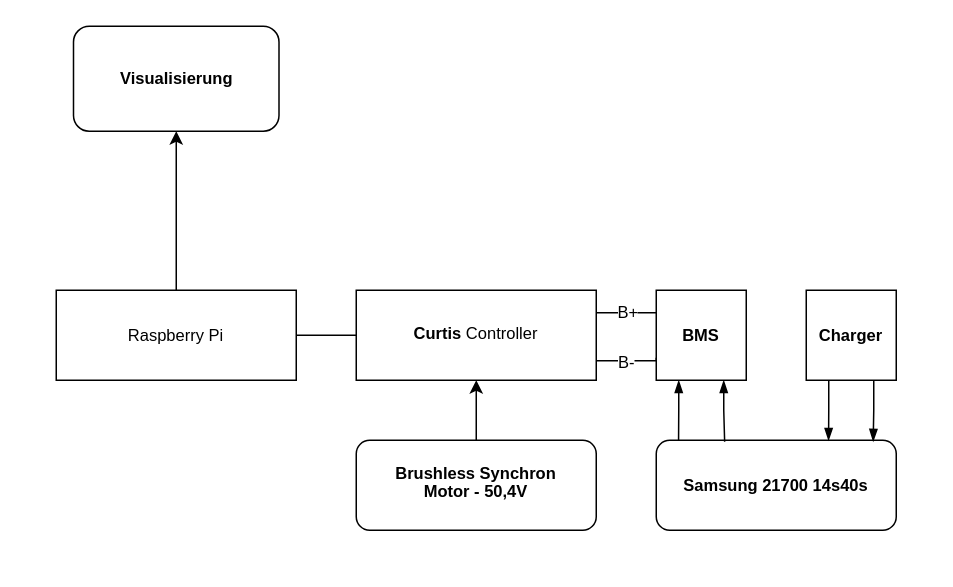
The draw.io diagram page "konzept_simple" (1 of 7) of document/figures_source/hcis/Schaltpläne_Motorrad.drawio in kronbergerindustries/HTBLuVA_Diplomarbeit, before the edit. Source tidied: cells renumbered, new cells numbered last; positions are measured from the earlier drawing's top-left corner, leaving out a move shared by most shapes. Both pictures are drawn from the tidied source at 150%, with x=0, y=0 at pixel (56, 26).
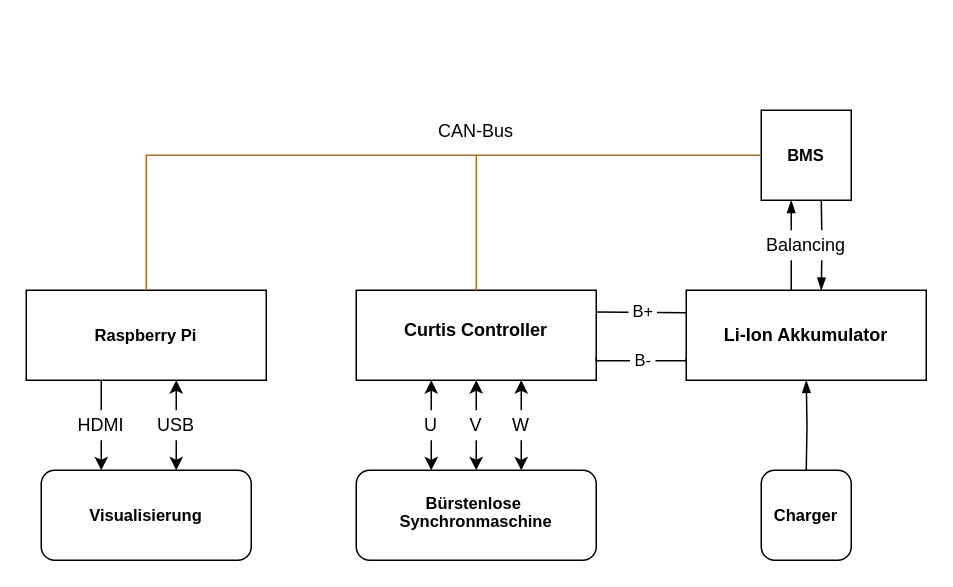
The same page after the edit.

What changed in the source:
```diff
@@
-    <mxCell id="2" style="edgeStyle=orthogonalEdgeStyle;rounded=0;jettySize=auto;html=1;exitX=0.5;exitY=0;exitDx=0;exitDy=0;entryX=0.5;entryY=1;entryDx=0;entryDy=0;" parent="1" edge="1" source="3" target="9">
+    <mxCell id="2" style="edgeStyle=orthogonalEdgeStyle;rounded=0;jettySize=auto;html=1;exitX=0.5;exitY=1;exitDx=0;exitDy=0;entryX=0.5;entryY=0;entryDx=0;entryDy=0;startArrow=classic;startFill=1;" parent="1" edge="1" source="9" target="3">
       <mxGeometry relative="1" as="geometry" />
     </mxCell>
-    <mxCell id="3" value="&lt;h2 style=&quot;outline: none ; line-height: 1.1em ; padding: 0px 0px 5px ; margin: 0px ; font-family: &amp;#34;arial&amp;#34; , &amp;#34;helvetica&amp;#34; , sans-serif ; background-color: rgb(255 , 255 , 255) ; font-size: 11px&quot;&gt;Brushless Synchron &lt;br&gt;Motor - 50,4V&lt;/h2&gt;" style="rounded=1;whiteSpace=wrap;html=1;fontStyle=1;verticalAlign=middle;align=center;" parent="1" vertex="1">
-      <mxGeometry x="200" y="276" width="160" height="60" as="geometry" />
+    <mxCell id="3" value="&lt;h2 style=&quot;outline: none ; line-height: 1.1em ; padding: 0px 0px 5px ; margin: 0px ; font-family: &amp;#34;arial&amp;#34; , &amp;#34;helvetica&amp;#34; , sans-serif ; background-color: rgb(255 , 255 , 255) ; font-size: 11px&quot;&gt;Bürstenlose&amp;nbsp;&lt;br style=&quot;font-size: 11px&quot;&gt;Synchronmaschine&lt;/h2&gt;" style="rounded=1;whiteSpace=wrap;html=1;fontStyle=1;verticalAlign=middle;align=center;fontSize=11;" parent="1" vertex="1">
+      <mxGeometry x="200" y="296" width="160" height="60" as="geometry" />
     </mxCell>
-    <mxCell id="4" value="&lt;span style=&quot;background-color: rgb(255 , 255 , 255) ; font-family: &amp;#34;arial&amp;#34; , &amp;#34;helvetica&amp;#34; , sans-serif ; text-align: left ; font-size: 11px&quot;&gt;&lt;b style=&quot;font-size: 11px&quot;&gt;Samsung 21700 14s40s&lt;/b&gt;&lt;/span&gt;" style="rounded=1;whiteSpace=wrap;html=1;verticalAlign=middle;fontSize=11;" parent="1" vertex="1">
-      <mxGeometry x="400" y="276" width="160" height="60" as="geometry" />
+    <mxCell id="4" value="&lt;span style=&quot;background-color: rgb(255, 255, 255); font-family: arial, helvetica, sans-serif; text-align: left; font-size: 12px;&quot;&gt;&lt;b style=&quot;font-size: 12px;&quot;&gt;Li-Ion Akkumulator&lt;/b&gt;&lt;/span&gt;" style="rounded=0;whiteSpace=wrap;html=1;verticalAlign=middle;fontSize=12;" parent="1" vertex="1">
+      <mxGeometry x="420" y="176" width="160" height="60" as="geometry" />
     </mxCell>
-    <mxCell id="5" style="edgeStyle=orthogonalEdgeStyle;rounded=0;jettySize=auto;html=1;exitX=1;exitY=0.25;exitDx=0;exitDy=0;entryX=0;entryY=0.25;entryDx=0;entryDy=0;startArrow=none;startFill=0;endArrow=none;endFill=0;strokeWidth=1;" parent="1" edge="1" source="9" target="12">
-      <mxGeometry relative="1" as="geometry" />
-    </mxCell>
+    <mxCell id="9" value="&lt;p style=&quot;line-height: 95% ; font-size: 12px&quot;&gt;&lt;font style=&quot;font-size: 12px&quot;&gt;&lt;/font&gt;&lt;/p&gt;&lt;h2 style=&quot;outline: none ; line-height: 1.1em ; padding: 0px 0px 5px ; margin: 0px ; font-family: &amp;#34;arial&amp;#34; , &amp;#34;helvetica&amp;#34; , sans-serif ; background-color: rgb(255 , 255 , 255) ; font-size: 12px&quot;&gt;&lt;span style=&quot;font-size: 12px&quot;&gt;Curtis&amp;nbsp;&lt;/span&gt;&lt;span style=&quot;font-size: 12px&quot;&gt;Controller&lt;/span&gt;&lt;/h2&gt;&lt;p style=&quot;font-size: 12px&quot;&gt;&lt;/p&gt;" style="rounded=0;whiteSpace=wrap;html=1;fontSize=12;align=center;verticalAlign=middle;horizontal=1;labelPosition=center;verticalLabelPosition=middle;" parent="1" vertex="1">
+      <mxGeometry x="200" y="176" width="160" height="60" as="geometry" />
+    </mxCell>
+    <mxCell id="16" value="&lt;b&gt;Raspberry Pi&lt;/b&gt;" style="rounded=0;whiteSpace=wrap;html=1;fontSize=11;" parent="1" vertex="1">
+      <mxGeometry x="-20" y="176" width="160" height="60" as="geometry" />
+    </mxCell>
+    <mxCell id="20" style="edgeStyle=orthogonalEdgeStyle;rounded=0;jettySize=auto;html=1;exitX=1;exitY=0.25;exitDx=0;exitDy=0;entryX=0;entryY=0.25;entryDx=0;entryDy=0;startArrow=none;startFill=0;endArrow=none;endFill=0;strokeWidth=1;entryPerimeter=0;" parent="1" edge="1" target="4">
+      <mxGeometry relative="1" as="geometry">
+        <mxPoint x="360" y="190.5" as="sourcePoint" />
+      </mxGeometry>
+    </mxCell>
+    <mxCell id="21" style="edgeStyle=orthogonalEdgeStyle;rounded=0;orthogonalLoop=1;jettySize=auto;html=1;exitX=1;exitY=0.75;exitDx=0;exitDy=0;startArrow=none;startFill=0;endArrow=none;endFill=0;strokeWidth=1;" parent="1" edge="1">
+      <mxGeometry relative="1" as="geometry">
+        <mxPoint x="360" y="220.5" as="sourcePoint" />
+        <mxPoint x="420" y="223" as="targetPoint" />
+        <Array as="points">
+          <mxPoint x="360" y="223" />
+          <mxPoint x="420" y="223" />
+          <mxPoint x="420" y="221" />
+        </Array>
+      </mxGeometry>
+    </mxCell>
-    <mxCell id="6" value="B+" style="edgeLabel;html=1;align=center;verticalAlign=middle;" parent="5" vertex="1">
-      <mxGeometry x="0.1" y="2" relative="1" as="geometry">
-        <mxPoint x="-1.9" y="1" as="offset" />
-      </mxGeometry>
+    <mxCell id="6" value="&amp;nbsp;B+&amp;nbsp;" style="edgeLabel;html=1;align=center;verticalAlign=middle;" parent="1" vertex="1">
+      <mxGeometry x="390" y="189.5" as="geometry" />
     </mxCell>
-    <mxCell id="7" style="edgeStyle=orthogonalEdgeStyle;rounded=0;jettySize=auto;html=1;exitX=1;exitY=0.75;exitDx=0;exitDy=0;entryX=0;entryY=0.75;entryDx=0;entryDy=0;startArrow=none;startFill=0;endArrow=none;endFill=0;strokeWidth=1;" parent="1" edge="1" source="9" target="12">
-      <mxGeometry relative="1" as="geometry">
-        <Array as="points">
-          <mxPoint x="390" y="223" />
-          <mxPoint x="390" y="223" />
-        </Array>
-      </mxGeometry>
-    </mxCell>
-    <mxCell id="8" value="B-" style="edgeLabel;html=1;align=center;verticalAlign=middle;" parent="7" vertex="1">
-      <mxGeometry x="-0.16" relative="1" as="geometry">
-        <mxPoint x="3.5" as="offset" />
-      </mxGeometry>
+    <mxCell id="8" value="&amp;nbsp;B-&amp;nbsp;" style="edgeLabel;html=1;align=center;verticalAlign=middle;" parent="1" vertex="1">
+      <mxGeometry x="390" y="222.5" as="geometry" />
     </mxCell>
-    <mxCell id="9" value="&lt;p style=&quot;line-height: 95%&quot;&gt;&lt;font style=&quot;font-size: 11px&quot;&gt;&lt;/font&gt;&lt;/p&gt;&lt;h2 style=&quot;outline: none ; line-height: 1.1em ; padding: 0px 0px 5px ; margin: 0px ; font-family: &amp;#34;arial&amp;#34; , &amp;#34;helvetica&amp;#34; , sans-serif ; background-color: rgb(255 , 255 , 255)&quot;&gt;&lt;span style=&quot;font-size: 11px&quot;&gt;Curtis&amp;nbsp;&lt;/span&gt;&lt;span style=&quot;font-size: 11px ; font-weight: normal&quot;&gt;Controller&lt;/span&gt;&lt;/h2&gt;&lt;p&gt;&lt;/p&gt;" style="rounded=0;whiteSpace=wrap;html=1;fontSize=11;align=center;" parent="1" vertex="1">
-      <mxGeometry x="200" y="176" width="160" height="60" as="geometry" />
-    </mxCell>
-    <mxCell id="10" style="edgeStyle=orthogonalEdgeStyle;rounded=0;jettySize=auto;html=1;exitX=0.25;exitY=1;exitDx=0;exitDy=0;entryX=0.093;entryY=0.002;entryDx=0;entryDy=0;entryPerimeter=0;startArrow=blockThin;startFill=1;endArrow=none;endFill=0;strokeWidth=1;" parent="1" edge="1" source="12" target="4">
-      <mxGeometry relative="1" as="geometry" />
-    </mxCell>
-    <mxCell id="11" style="edgeStyle=orthogonalEdgeStyle;rounded=0;jettySize=auto;html=1;exitX=0.75;exitY=1;exitDx=0;exitDy=0;entryX=0.285;entryY=0.017;entryDx=0;entryDy=0;entryPerimeter=0;startArrow=blockThin;startFill=1;endArrow=none;endFill=0;strokeWidth=1;" parent="1" edge="1" source="12" target="4">
-      <mxGeometry relative="1" as="geometry" />
-    </mxCell>
     <mxCell id="12" value="&lt;b&gt;BMS&lt;/b&gt;" style="rounded=0;whiteSpace=wrap;html=1;fontSize=11;" parent="1" vertex="1">
-      <mxGeometry x="400" y="176" width="60" height="60" as="geometry" />
+      <mxGeometry x="470" y="56" width="60" height="60" as="geometry" />
     </mxCell>
+    <mxCell id="22" style="edgeStyle=orthogonalEdgeStyle;rounded=0;jettySize=auto;html=1;entryX=0.285;entryY=0.017;entryDx=0;entryDy=0;entryPerimeter=0;startArrow=blockThin;startFill=1;endArrow=none;endFill=0;strokeWidth=1;exitX=0.333;exitY=1;exitDx=0;exitDy=0;exitPerimeter=0;" parent="1" edge="1" source="12">
+      <mxGeometry relative="1" as="geometry">
+        <mxPoint x="490" y="176" as="targetPoint" />
+      </mxGeometry>
+    </mxCell>
+    <mxCell id="23" style="edgeStyle=orthogonalEdgeStyle;rounded=0;jettySize=auto;html=1;entryX=0.667;entryY=1;entryDx=0;entryDy=0;entryPerimeter=0;startArrow=blockThin;startFill=1;endArrow=none;endFill=0;strokeWidth=1;" parent="1" edge="1" target="12">
+      <mxGeometry relative="1" as="geometry">
+        <mxPoint x="510" y="176" as="sourcePoint" />
+      </mxGeometry>
+    </mxCell>
+    <mxCell id="19" value="&lt;b&gt;Charger&lt;/b&gt;" style="rounded=1;whiteSpace=wrap;html=1;fontSize=11;" parent="1" vertex="1">
+      <mxGeometry x="470" y="296" width="60" height="60" as="geometry" />
+    </mxCell>
+    <mxCell id="24" style="edgeStyle=orthogonalEdgeStyle;rounded=0;jettySize=auto;html=1;exitX=0.5;exitY=1;exitDx=0;exitDy=0;entryX=0.5;entryY=1;entryDx=0;entryDy=0;startArrow=none;startFill=0;endArrow=blockThin;endFill=1;strokeWidth=1;" parent="1" edge="1" target="4">
+      <mxGeometry relative="1" as="geometry">
+        <mxPoint x="500" y="296" as="sourcePoint" />
+      </mxGeometry>
+    </mxCell>
+    <mxCell id="25" style="endArrow=none;html=1;fontSize=12;fillColor=#f0a30a;strokeColor=#BD7000;edgeStyle=elbowEdgeStyle;rounded=0;entryX=0;entryY=0.5;entryDx=0;entryDy=0;" parent="1" edge="1" target="12">
+      <mxGeometry relative="1" as="geometry">
+        <mxPoint x="60" y="176" as="sourcePoint" />
+        <Array as="points">
+          <mxPoint x="60" y="146" />
+          <mxPoint x="70" y="136" />
+        </Array>
+      </mxGeometry>
+    </mxCell>
+    <mxCell id="26" style="endArrow=none;html=1;fontSize=12;fillColor=#f0a30a;strokeColor=#BD7000;edgeStyle=elbowEdgeStyle;rounded=0;" parent="1" edge="1">
+      <mxGeometry relative="1" as="geometry">
+        <mxPoint x="280" y="176" as="sourcePoint" />
+        <mxPoint x="280" y="86" as="targetPoint" />
+        <Array as="points">
+          <mxPoint x="280" y="146" />
+          <mxPoint x="290" y="136" />
+        </Array>
+      </mxGeometry>
+    </mxCell>
+    <mxCell id="27" style="edgeStyle=orthogonalEdgeStyle;rounded=0;orthogonalLoop=1;jettySize=auto;html=1;exitX=0.5;exitY=1;exitDx=0;exitDy=0;entryX=0.5;entryY=0;entryDx=0;entryDy=0;startArrow=classic;startFill=1;" parent="1" edge="1">
+      <mxGeometry relative="1" as="geometry">
+        <mxPoint x="250" y="236" as="sourcePoint" />
+        <mxPoint x="250" y="296" as="targetPoint" />
+      </mxGeometry>
+    </mxCell>
+    <mxCell id="28" style="edgeStyle=orthogonalEdgeStyle;rounded=0;orthogonalLoop=1;jettySize=auto;html=1;exitX=0.5;exitY=1;exitDx=0;exitDy=0;entryX=0.5;entryY=0;entryDx=0;entryDy=0;startArrow=classic;startFill=1;" parent="1" edge="1">
+      <mxGeometry relative="1" as="geometry">
+        <mxPoint x="310" y="236" as="sourcePoint" />
+        <mxPoint x="310" y="296" as="targetPoint" />
+      </mxGeometry>
+    </mxCell>
+    <mxCell id="29" value="U" style="text;html=1;strokeColor=none;align=center;verticalAlign=middle;whiteSpace=wrap;rounded=0;fontSize=12;fillColor=#ffffff;" parent="1" vertex="1">
+      <mxGeometry x="240" y="256" width="20" height="20" as="geometry" />
+    </mxCell>
+    <mxCell id="30" value="V" style="text;html=1;strokeColor=none;align=center;verticalAlign=middle;whiteSpace=wrap;rounded=0;fontSize=12;fillColor=#ffffff;" parent="1" vertex="1">
+      <mxGeometry x="270" y="256" width="20" height="20" as="geometry" />
+    </mxCell>
+    <mxCell id="31" value="W" style="text;html=1;strokeColor=none;align=center;verticalAlign=middle;whiteSpace=wrap;rounded=0;fontSize=12;fillColor=#ffffff;" parent="1" vertex="1">
+      <mxGeometry x="300" y="256" width="20" height="20" as="geometry" />
+    </mxCell>
-    <mxCell id="13" value="&lt;b&gt;Visualisierung&lt;/b&gt;" style="rounded=1;whiteSpace=wrap;html=1;fontSize=11;" parent="1" vertex="1">
-      <mxGeometry x="11.5" width="137" height="70" as="geometry" />
+    <mxCell id="13" value="&lt;b&gt;Visualisierung&lt;/b&gt;" style="rounded=1;whiteSpace=wrap;html=1;fontSize=11;direction=west;" parent="1" vertex="1">
+      <mxGeometry x="-10" y="296" width="140" height="60" as="geometry" />
     </mxCell>
-    <mxCell id="14" style="edgeStyle=orthogonalEdgeStyle;rounded=0;jettySize=auto;html=1;exitX=1;exitY=0.5;exitDx=0;exitDy=0;entryX=0;entryY=0.5;entryDx=0;entryDy=0;endArrow=none;endFill=0;" parent="1" edge="1" source="16" target="9">
-      <mxGeometry relative="1" as="geometry" />
-    </mxCell>
-    <mxCell id="15" style="edgeStyle=orthogonalEdgeStyle;rounded=0;jettySize=auto;html=1;exitX=0.5;exitY=0;exitDx=0;exitDy=0;" parent="1" edge="1" source="16" target="13">
-      <mxGeometry relative="1" as="geometry" />
-    </mxCell>
-    <mxCell id="16" value="Raspberry Pi" style="rounded=0;whiteSpace=wrap;html=1;fontSize=11;" parent="1" vertex="1">
-      <mxGeometry y="176" width="160" height="60" as="geometry" />
-    </mxCell>
-    <mxCell id="17" style="edgeStyle=orthogonalEdgeStyle;rounded=0;jettySize=auto;html=1;exitX=0.75;exitY=1;exitDx=0;exitDy=0;entryX=0.904;entryY=0.015;entryDx=0;entryDy=0;entryPerimeter=0;startArrow=none;startFill=0;endArrow=blockThin;endFill=1;strokeWidth=1;" parent="1" edge="1" source="19" target="4">
-      <mxGeometry relative="1" as="geometry" />
-    </mxCell>
-    <mxCell id="18" style="edgeStyle=orthogonalEdgeStyle;rounded=0;jettySize=auto;html=1;exitX=0.25;exitY=1;exitDx=0;exitDy=0;startArrow=none;startFill=0;endArrow=blockThin;endFill=1;strokeWidth=1;entryX=0.718;entryY=0.004;entryDx=0;entryDy=0;entryPerimeter=0;" parent="1" edge="1" source="19" target="4">
-      <mxGeometry relative="1" as="geometry" />
-    </mxCell>
-    <mxCell id="19" value="&lt;b&gt;Charger&lt;/b&gt;" style="rounded=0;whiteSpace=wrap;html=1;fontSize=11;" parent="1" vertex="1">
-      <mxGeometry x="500" y="176" width="60" height="60" as="geometry" />
-    </mxCell>
+    <mxCell id="32" style="edgeStyle=orthogonalEdgeStyle;rounded=0;orthogonalLoop=1;jettySize=auto;html=1;" parent="1" edge="1">
+      <mxGeometry relative="1" as="geometry">
+        <mxPoint x="30" y="236" as="sourcePoint" />
+        <mxPoint x="30" y="296" as="targetPoint" />
+      </mxGeometry>
+    </mxCell>
+    <mxCell id="33" style="edgeStyle=orthogonalEdgeStyle;rounded=0;orthogonalLoop=1;jettySize=auto;html=1;startArrow=classic;startFill=1;" parent="1" edge="1">
+      <mxGeometry relative="1" as="geometry">
+        <mxPoint x="80" y="236" as="sourcePoint" />
+        <mxPoint x="80" y="296" as="targetPoint" />
+      </mxGeometry>
+    </mxCell>
+    <mxCell id="34" value="HDMI" style="text;html=1;strokeColor=none;align=center;verticalAlign=middle;whiteSpace=wrap;rounded=0;fontSize=12;fillColor=#ffffff;direction=west;" parent="1" vertex="1">
+      <mxGeometry x="10" y="256" width="40" height="20" as="geometry" />
+    </mxCell>
+    <mxCell id="35" value="USB" style="text;html=1;strokeColor=none;align=center;verticalAlign=middle;whiteSpace=wrap;rounded=0;fontSize=12;fillColor=#ffffff;direction=west;" parent="1" vertex="1">
+      <mxGeometry x="60" y="256" width="40" height="20" as="geometry" />
+    </mxCell>
+    <mxCell id="36" value="CAN-Bus" style="text;html=1;strokeColor=none;align=center;verticalAlign=middle;whiteSpace=wrap;rounded=0;fontSize=12;direction=west;" parent="1" vertex="1">
+      <mxGeometry x="245" y="60" width="70" height="20" as="geometry" />
+    </mxCell>
+    <mxCell id="37" value="Balancing" style="text;html=1;strokeColor=none;align=center;verticalAlign=middle;whiteSpace=wrap;rounded=0;fontSize=12;fillColor=#ffffff;direction=west;" parent="1" vertex="1">
+      <mxGeometry x="480" y="136" width="40" height="20" as="geometry" />
+    </mxCell>
```
